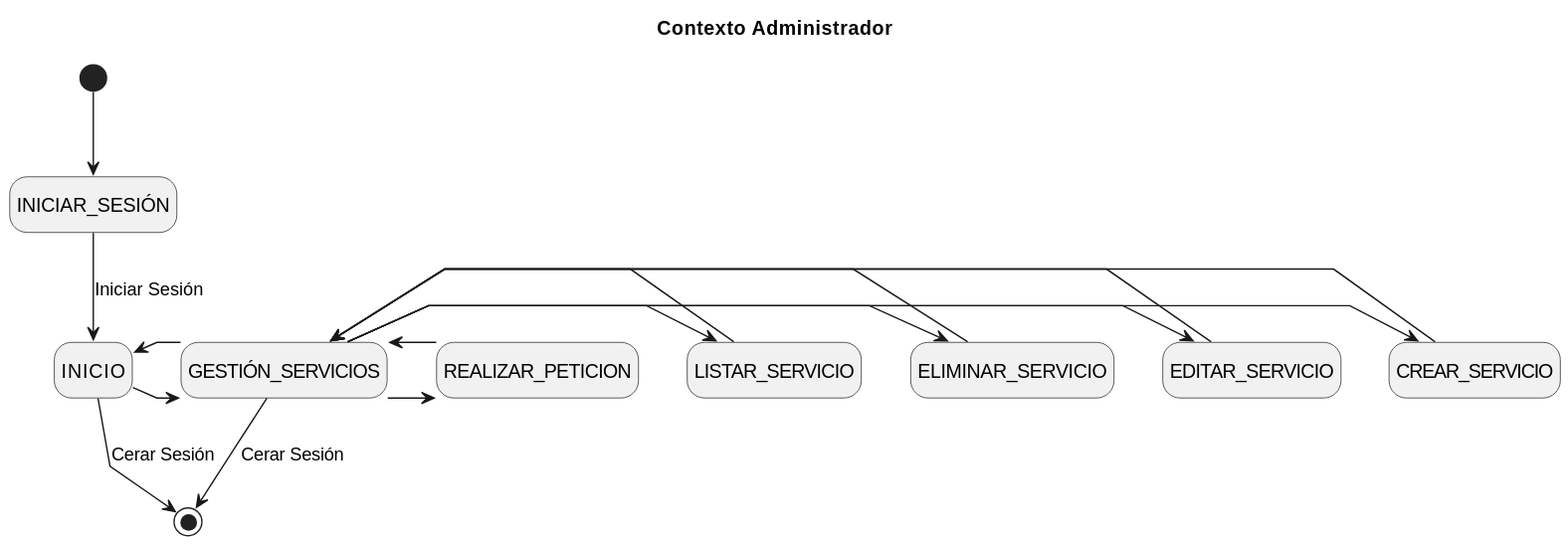
Above: Caso_de_Uso/Contexto/Administrador/Explorar_Servicios/Contexto.svg in mmasias/23-24-IdSw1-SDR (PlantUML), before the change.
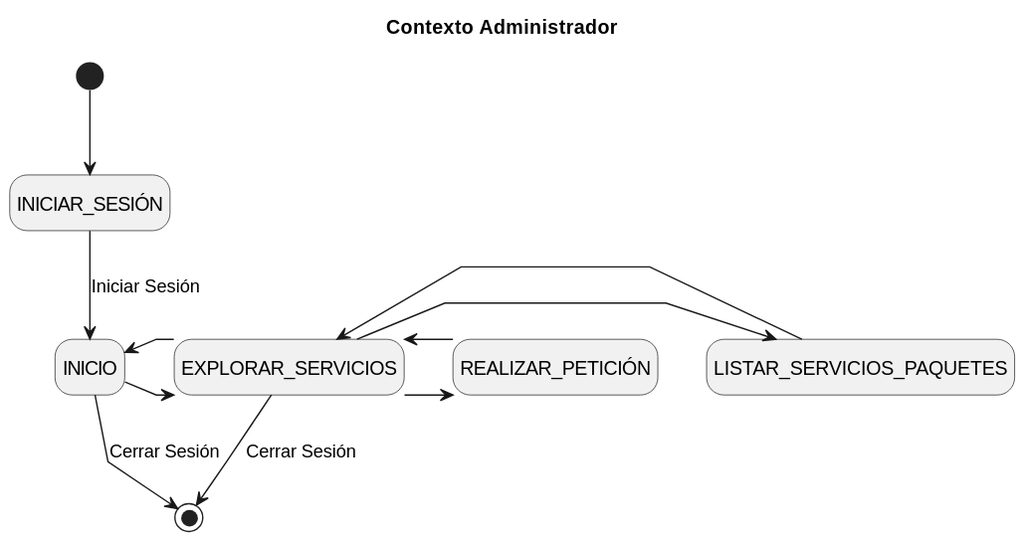
After the commit.

What changed in the source:
```diff
@@ -12,22 +12,15 @@
 [*] --> INICIAR_SESIÓN
 INICIAR_SESIÓN --> INICIO : Iniciar Sesión
 
-INICIO -> GESTIÓN_SERVICIOS
-INICIO <- GESTIÓN_SERVICIOS
+INICIO -> EXPLORAR_SERVICIOS
+INICIO <- EXPLORAR_SERVICIOS
 
-GESTIÓN_SERVICIOS -> CREAR_SERVICIO
-GESTIÓN_SERVICIOS <- CREAR_SERVICIO
-GESTIÓN_SERVICIOS -> EDITAR_SERVICIO
-GESTIÓN_SERVICIOS <- EDITAR_SERVICIO
-GESTIÓN_SERVICIOS -> ELIMINAR_SERVICIO
-GESTIÓN_SERVICIOS <- ELIMINAR_SERVICIO
-GESTIÓN_SERVICIOS -> LISTAR_SERVICIO
-GESTIÓN_SERVICIOS <- LISTAR_SERVICIO
-GESTIÓN_SERVICIOS -> REALIZAR_PETICION
-GESTIÓN_SERVICIOS <- REALIZAR_PETICION
+EXPLORAR_SERVICIOS -> LISTAR_SERVICIOS_PAQUETES
+EXPLORAR_SERVICIOS <- LISTAR_SERVICIOS_PAQUETES
+EXPLORAR_SERVICIOS -> REALIZAR_PETICIÓN
+EXPLORAR_SERVICIOS <- REALIZAR_PETICIÓN
 
-INICIO --> [*] : Cerar Sesión
-GESTIÓN_SERVICIOS --> [*] : Cerar Sesión
-
+INICIO --> [*] : Cerrar Sesión
+EXPLORAR_SERVICIOS --> [*] : Cerrar Sesión
 
 @enduml
```
